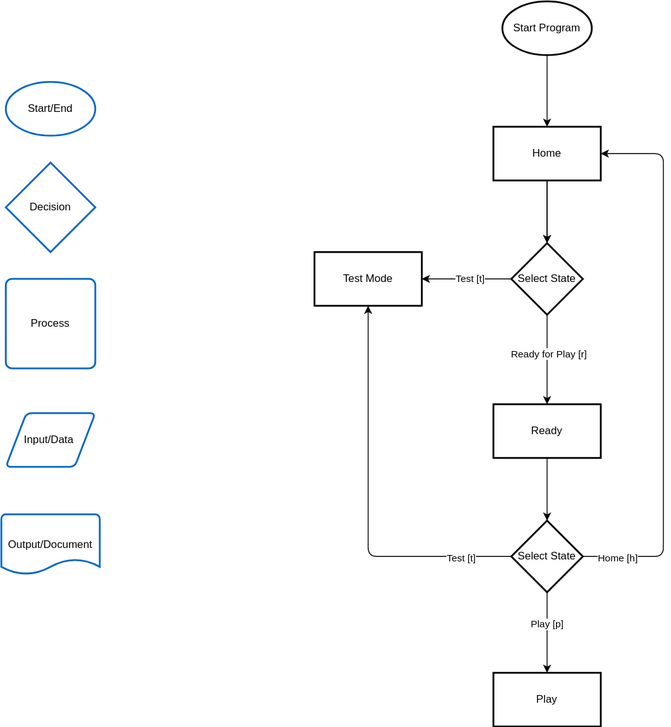
Above: doc/svg/state.svg in KIST-delight-robotics/DrumRobot2 (draw.io), before the change. Source tidied: cells renumbered, new cells last; positions are measured from the earlier drawing's top-left corner, leaving out a move shared by most shapes. The source it was exported from:
```xml
<mxGraphModel>
  <root>
    <mxCell id="0" />
    <mxCell id="1" parent="0" />
    <mxCell id="2" value="Decision" style="strokeWidth=2;html=1;shape=mxgraph.flowchart.decision;whiteSpace=wrap;strokeColor=#0066CC;" parent="1" vertex="1">
      <mxGeometry x="5" y="180" width="100" height="100" as="geometry" />
    </mxCell>
    <mxCell id="3" style="edgeStyle=none;html=1;" parent="1" edge="1" source="4" target="18">
      <mxGeometry relative="1" as="geometry" />
    </mxCell>
    <mxCell id="4" value="Start Program" style="strokeWidth=2;html=1;shape=mxgraph.flowchart.start_1;whiteSpace=wrap;" parent="1" vertex="1">
      <mxGeometry x="560" width="100" height="60" as="geometry" />
    </mxCell>
    <mxCell id="5" value="Input/Data&amp;nbsp;" style="shape=parallelogram;html=1;strokeWidth=2;perimeter=parallelogramPerimeter;whiteSpace=wrap;rounded=1;arcSize=12;size=0.23;strokeColor=#0066CC;" parent="1" vertex="1">
      <mxGeometry x="5" y="460" width="100" height="60" as="geometry" />
    </mxCell>
    <mxCell id="6" value="Start/End" style="strokeWidth=2;html=1;shape=mxgraph.flowchart.start_1;whiteSpace=wrap;strokeColor=#0066CC;" parent="1" vertex="1">
      <mxGeometry x="5" y="90" width="100" height="60" as="geometry" />
    </mxCell>
    <mxCell id="7" value="Output/Document" style="strokeWidth=2;html=1;shape=mxgraph.flowchart.document2;whiteSpace=wrap;size=0.25;strokeColor=#0066CC;" parent="1" vertex="1">
      <mxGeometry y="573" width="110" height="67" as="geometry" />
    </mxCell>
    <mxCell id="8" style="edgeStyle=none;html=1;exitX=0.5;exitY=1;exitDx=0;exitDy=0;" parent="1" edge="1" source="26" target="14">
      <mxGeometry relative="1" as="geometry" />
    </mxCell>
    <mxCell id="9" value="Ready for Play [r]" style="edgeLabel;html=1;align=center;verticalAlign=middle;" parent="8" vertex="1">
      <mxGeometry x="-0.14" y="1" relative="1" as="geometry" />
    </mxCell>
    <mxCell id="10" style="edgeStyle=none;html=1;exitX=0;exitY=0.5;exitDx=0;exitDy=0;" parent="1" edge="1" source="26" target="15">
      <mxGeometry relative="1" as="geometry" />
    </mxCell>
    <mxCell id="11" value="Test [t]" style="edgeLabel;html=1;align=center;verticalAlign=middle;" parent="10" vertex="1">
      <mxGeometry x="-0.05" y="-1" relative="1" as="geometry" />
    </mxCell>
    <mxCell id="12" value="Process" style="rounded=1;whiteSpace=wrap;html=1;absoluteArcSize=1;arcSize=14;strokeWidth=2;strokeColor=#0066CC;" parent="1" vertex="1">
      <mxGeometry x="5" y="310" width="100" height="100" as="geometry" />
    </mxCell>
    <mxCell id="13" style="edgeStyle=none;html=1;" parent="1" edge="1" source="14" target="25">
      <mxGeometry relative="1" as="geometry" />
    </mxCell>
    <mxCell id="14" value="Ready" style="whiteSpace=wrap;html=1;strokeWidth=2;" parent="1" vertex="1">
      <mxGeometry x="550" y="450" width="120" height="60" as="geometry" />
    </mxCell>
    <mxCell id="15" value="Test Mode" style="whiteSpace=wrap;html=1;strokeWidth=2;" parent="1" vertex="1">
      <mxGeometry x="350" y="280" width="120" height="60" as="geometry" />
    </mxCell>
    <mxCell id="16" style="edgeStyle=none;html=1;" parent="1" edge="1" source="18">
      <mxGeometry relative="1" as="geometry">
        <mxPoint x="610" y="270" as="targetPoint" />
      </mxGeometry>
    </mxCell>
    <mxCell id="17" style="edgeStyle=none;html=1;" parent="1" edge="1" source="18" target="26">
      <mxGeometry relative="1" as="geometry" />
    </mxCell>
    <mxCell id="18" value="Home" style="whiteSpace=wrap;html=1;strokeWidth=2;" parent="1" vertex="1">
      <mxGeometry x="550" y="140" width="120" height="60" as="geometry" />
    </mxCell>
    <mxCell id="19" style="edgeStyle=none;html=1;exitX=0;exitY=0.5;exitDx=0;exitDy=0;entryX=0.5;entryY=1;entryDx=0;entryDy=0;" parent="1" edge="1" source="25" target="15">
      <mxGeometry relative="1" as="geometry">
        <Array as="points">
          <mxPoint x="410" y="620" />
        </Array>
      </mxGeometry>
    </mxCell>
    <mxCell id="20" value="Test [t]" style="edgeLabel;html=1;align=center;verticalAlign=middle;" parent="19" vertex="1">
      <mxGeometry x="-0.74" y="1" relative="1" as="geometry" />
    </mxCell>
    <mxCell id="21" style="edgeStyle=none;html=1;exitX=1;exitY=0.5;exitDx=0;exitDy=0;entryX=1;entryY=0.5;entryDx=0;entryDy=0;" parent="1" edge="1" source="25" target="18">
      <mxGeometry relative="1" as="geometry">
        <Array as="points">
          <mxPoint x="740" y="620" />
          <mxPoint x="740" y="170" />
        </Array>
      </mxGeometry>
    </mxCell>
    <mxCell id="22" value="Home [h]" style="edgeLabel;html=1;align=center;verticalAlign=middle;" parent="21" vertex="1">
      <mxGeometry x="-0.87" y="-1" relative="1" as="geometry" />
    </mxCell>
    <mxCell id="23" style="edgeStyle=none;html=1;" parent="1" edge="1" source="25" target="27">
      <mxGeometry relative="1" as="geometry" />
    </mxCell>
    <mxCell id="24" value="Play [p]" style="edgeLabel;html=1;align=center;verticalAlign=middle;" parent="23" vertex="1">
      <mxGeometry x="-0.21" y="-1" relative="1" as="geometry" />
    </mxCell>
    <mxCell id="25" value="&lt;span style=&quot;color: rgb(0, 0, 0);&quot;&gt;Select State&lt;/span&gt;" style="rhombus;whiteSpace=wrap;html=1;strokeWidth=2;" parent="1" vertex="1">
      <mxGeometry x="570" y="580" width="80" height="80" as="geometry" />
    </mxCell>
    <mxCell id="26" value="&lt;span style=&quot;color: rgb(0, 0, 0);&quot;&gt;Select State&lt;/span&gt;" style="rhombus;whiteSpace=wrap;html=1;strokeWidth=2;" parent="1" vertex="1">
      <mxGeometry x="570" y="270" width="80" height="80" as="geometry" />
    </mxCell>
    <mxCell id="27" value="Play" style="whiteSpace=wrap;html=1;strokeWidth=2;" parent="1" vertex="1">
      <mxGeometry x="550" y="750" width="120" height="60" as="geometry" />
    </mxCell>
  </root>
</mxGraphModel>
```
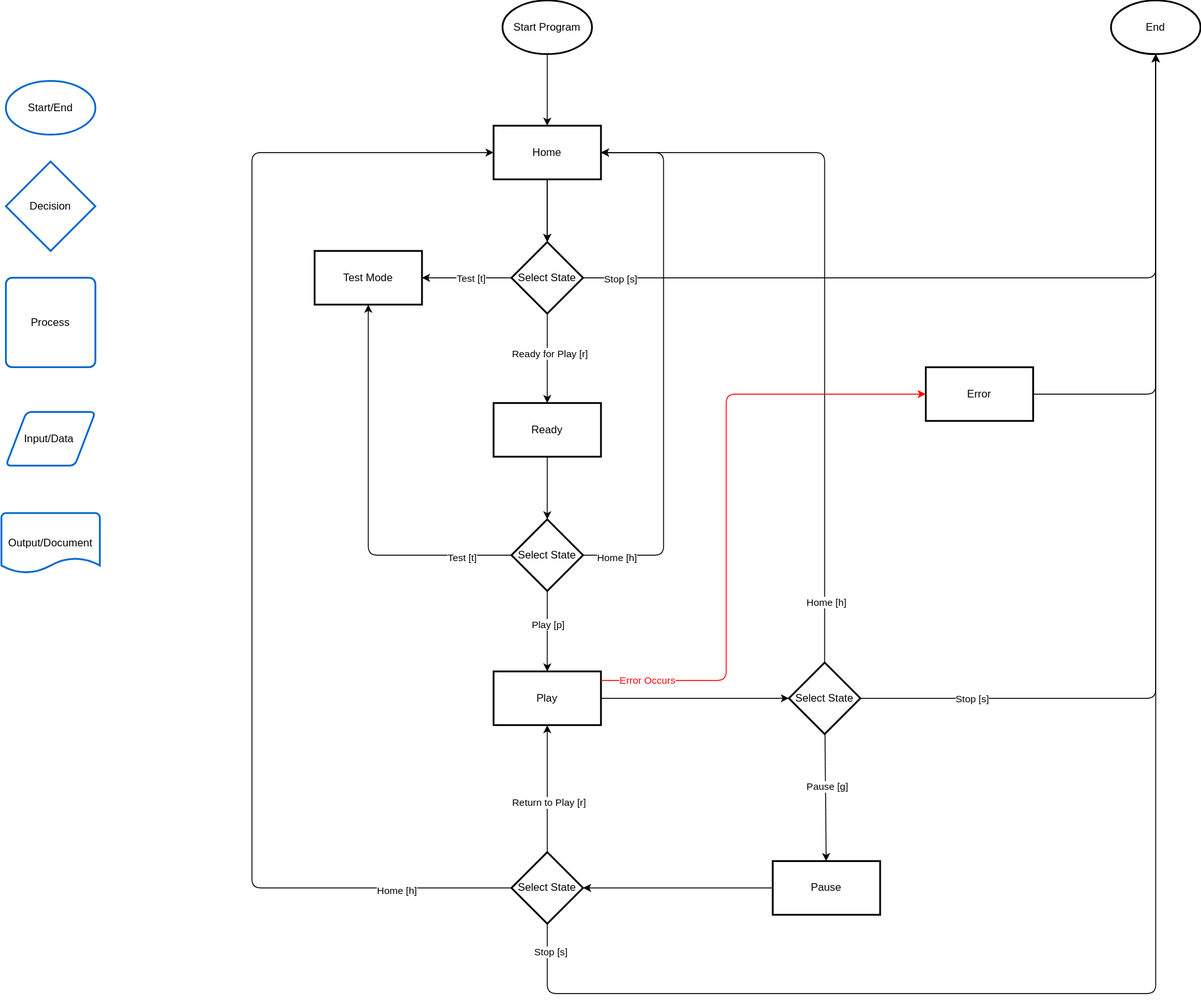
The same diagram one commit later.

Diff of the diagram source:
```diff
@@ -1,4 +1,4 @@
-<mxGraphModel>
+<mxGraphModel background="#ffffff">
   <root>
     <mxCell id="0" />
     <mxCell id="1" parent="0" />
@@ -88,8 +88,115 @@
     <mxCell id="26" value="&lt;span style=&quot;color: rgb(0, 0, 0);&quot;&gt;Select State&lt;/span&gt;" style="rhombus;whiteSpace=wrap;html=1;strokeWidth=2;" parent="1" vertex="1">
       <mxGeometry x="570" y="270" width="80" height="80" as="geometry" />
     </mxCell>
+    <mxCell id="28" style="edgeStyle=none;html=1;" parent="1" edge="1" source="27" target="37">
+      <mxGeometry relative="1" as="geometry" />
+    </mxCell>
     <mxCell id="27" value="Play" style="whiteSpace=wrap;html=1;strokeWidth=2;" parent="1" vertex="1">
       <mxGeometry x="550" y="750" width="120" height="60" as="geometry" />
     </mxCell>
+    <mxCell id="29" style="edgeStyle=none;html=1;exitX=0.5;exitY=0;exitDx=0;exitDy=0;entryX=1;entryY=0.5;entryDx=0;entryDy=0;" parent="1" edge="1" source="37" target="18">
+      <mxGeometry relative="1" as="geometry">
+        <Array as="points">
+          <mxPoint x="920" y="170" />
+        </Array>
+      </mxGeometry>
+    </mxCell>
+    <mxCell id="30" value="Home [h]" style="edgeLabel;html=1;align=center;verticalAlign=middle;" parent="29" vertex="1">
+      <mxGeometry x="-0.83" relative="1" as="geometry">
+        <mxPoint y="1" as="offset" />
+      </mxGeometry>
+    </mxCell>
+    <mxCell id="31" style="edgeStyle=none;html=1;" parent="1" edge="1" source="37" target="39">
+      <mxGeometry relative="1" as="geometry" />
+    </mxCell>
+    <mxCell id="32" value="Pause [g]" style="edgeLabel;html=1;align=center;verticalAlign=middle;" parent="31" vertex="1">
+      <mxGeometry x="-0.23" relative="1" as="geometry">
+        <mxPoint y="1" as="offset" />
+      </mxGeometry>
+    </mxCell>
+    <mxCell id="33" style="edgeStyle=none;html=1;exitX=1;exitY=0.5;exitDx=0;exitDy=0;entryX=0.5;entryY=1;entryDx=0;entryDy=0;entryPerimeter=0;" parent="1" edge="1" source="37" target="46">
+      <mxGeometry relative="1" as="geometry">
+        <Array as="points">
+          <mxPoint x="1290" y="780" />
+        </Array>
+      </mxGeometry>
+    </mxCell>
+    <mxCell id="34" value="Stop [s]" style="edgeLabel;html=1;align=center;verticalAlign=middle;" parent="33" vertex="1">
+      <mxGeometry x="-0.76" y="1" relative="1" as="geometry" />
+    </mxCell>
+    <mxCell id="35" style="edgeStyle=none;html=1;exitX=1;exitY=0.167;exitDx=0;exitDy=0;entryX=0;entryY=0.5;entryDx=0;entryDy=0;strokeColor=#FF0000;exitPerimeter=0;" parent="1" edge="1" source="27" target="45">
+      <mxGeometry relative="1" as="geometry">
+        <Array as="points">
+          <mxPoint x="810" y="760" />
+          <mxPoint x="810" y="440" />
+        </Array>
+      </mxGeometry>
+    </mxCell>
+    <mxCell id="36" value="&lt;font style=&quot;color: rgb(255, 0, 0);&quot;&gt;Error Occurs&lt;/font&gt;" style="edgeLabel;html=1;align=center;verticalAlign=middle;" parent="35" vertex="1">
+      <mxGeometry x="-0.86" y="2" relative="1" as="geometry" />
+    </mxCell>
+    <mxCell id="37" value="&lt;span style=&quot;color: rgb(0, 0, 0);&quot;&gt;Select State&lt;/span&gt;" style="rhombus;whiteSpace=wrap;html=1;strokeWidth=2;" parent="1" vertex="1">
+      <mxGeometry x="880" y="740" width="80" height="80" as="geometry" />
+    </mxCell>
+    <mxCell id="38" style="edgeStyle=none;html=1;" parent="1" edge="1" source="39" target="44">
+      <mxGeometry relative="1" as="geometry" />
+    </mxCell>
+    <mxCell id="39" value="Pause" style="whiteSpace=wrap;html=1;strokeWidth=2;" parent="1" vertex="1">
+      <mxGeometry x="862" y="962" width="120" height="60" as="geometry" />
+    </mxCell>
+    <mxCell id="40" style="edgeStyle=none;html=1;exitX=0;exitY=0.5;exitDx=0;exitDy=0;entryX=0;entryY=0.5;entryDx=0;entryDy=0;" parent="1" edge="1" source="44" target="18">
+      <mxGeometry relative="1" as="geometry">
+        <Array as="points">
+          <mxPoint x="280" y="992" />
+          <mxPoint x="280" y="170" />
+        </Array>
+      </mxGeometry>
+    </mxCell>
+    <mxCell id="41" value="Home [h]" style="edgeLabel;html=1;align=center;verticalAlign=middle;" parent="40" vertex="1">
+      <mxGeometry x="-0.81" y="1" relative="1" as="geometry" />
+    </mxCell>
+    <mxCell id="42" style="edgeStyle=none;html=1;entryX=0.5;entryY=1;entryDx=0;entryDy=0;" parent="1" edge="1" source="44" target="27">
+      <mxGeometry relative="1" as="geometry" />
+    </mxCell>
+    <mxCell id="43" value="Return to Play [r]" style="edgeLabel;html=1;align=center;verticalAlign=middle;" parent="42" vertex="1">
+      <mxGeometry x="-0.21" relative="1" as="geometry" />
+    </mxCell>
+    <mxCell id="44" value="&lt;span style=&quot;color: rgb(0, 0, 0);&quot;&gt;Select State&lt;/span&gt;" style="rhombus;whiteSpace=wrap;html=1;strokeWidth=2;" parent="1" vertex="1">
+      <mxGeometry x="570" y="952" width="80" height="80" as="geometry" />
+    </mxCell>
+    <mxCell id="45" value="Error" style="whiteSpace=wrap;html=1;strokeWidth=2;" parent="1" vertex="1">
+      <mxGeometry x="1033" y="410" width="120" height="60" as="geometry" />
+    </mxCell>
+    <mxCell id="46" value="End" style="strokeWidth=2;html=1;shape=mxgraph.flowchart.start_1;whiteSpace=wrap;strokeColor=#000000;" parent="1" vertex="1">
+      <mxGeometry x="1240" width="100" height="60" as="geometry" />
+    </mxCell>
+    <mxCell id="47" style="edgeStyle=none;html=1;exitX=1;exitY=0.5;exitDx=0;exitDy=0;entryX=0.5;entryY=1;entryDx=0;entryDy=0;entryPerimeter=0;" parent="1" edge="1" source="45" target="46">
+      <mxGeometry relative="1" as="geometry">
+        <Array as="points">
+          <mxPoint x="1290" y="440" />
+        </Array>
+      </mxGeometry>
+    </mxCell>
+    <mxCell id="48" style="edgeStyle=none;html=1;exitX=1;exitY=0.5;exitDx=0;exitDy=0;entryX=0.5;entryY=1;entryDx=0;entryDy=0;entryPerimeter=0;" parent="1" edge="1" source="26" target="46">
+      <mxGeometry relative="1" as="geometry">
+        <Array as="points">
+          <mxPoint x="1290" y="310" />
+        </Array>
+      </mxGeometry>
+    </mxCell>
+    <mxCell id="49" value="Stop [s]" style="edgeLabel;html=1;align=center;verticalAlign=middle;" parent="48" vertex="1">
+      <mxGeometry x="-0.91" relative="1" as="geometry" />
+    </mxCell>
+    <mxCell id="50" style="edgeStyle=none;html=1;entryX=0.5;entryY=1;entryDx=0;entryDy=0;entryPerimeter=0;exitX=0.5;exitY=1;exitDx=0;exitDy=0;" parent="1" edge="1" source="44" target="46">
+      <mxGeometry relative="1" as="geometry">
+        <Array as="points">
+          <mxPoint x="610" y="1110" />
+          <mxPoint x="1290" y="1110" />
+        </Array>
+      </mxGeometry>
+    </mxCell>
+    <mxCell id="51" value="Stop [s]" style="edgeLabel;html=1;align=center;verticalAlign=middle;" parent="50" vertex="1">
+      <mxGeometry x="-0.97" y="2" relative="1" as="geometry" />
+    </mxCell>
   </root>
 </mxGraphModel>
```
